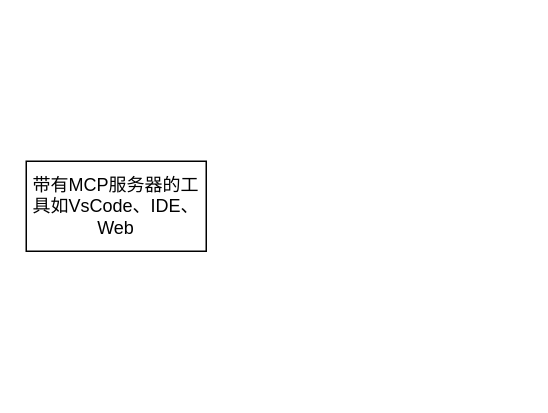
This is 未命名绘图.drawio from fydgmy/jubilant-potato, a draw.io file, before an edit. Source tidied: cells renumbered, new cells numbered last; positions are measured from the earlier drawing's top-left corner, leaving out a move shared by most shapes. Both pictures are drawn from the tidied source at 150%, with x=0, y=0 at pixel (26, 160).
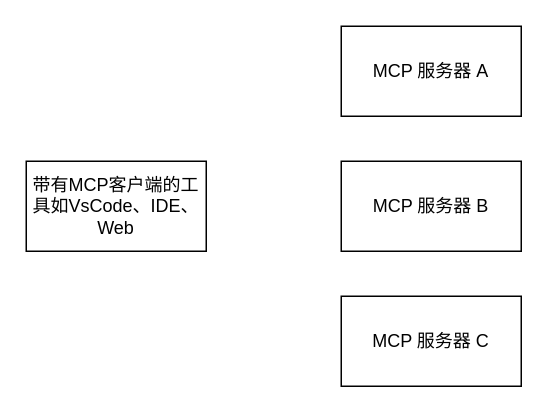
The same diagram, later.

Commit message (it also covers changes not shown here):
更新未命名绘图.drawio

What changed in the source:
```diff
@@
 <mxGraphModel>
   <root>
     <mxCell id="0" />
     <mxCell id="1" parent="0" />
-    <mxCell id="2" value="带有MCP服务器的工具如VsCode、IDE、Web" style="rounded=0;whiteSpace=wrap;html=1;" parent="1" vertex="1">
+    <mxCell id="2" value="带有MCP客户端的工具如VsCode、IDE、Web" style="rounded=0;whiteSpace=wrap;html=1;" parent="1" vertex="1">
       <mxGeometry width="120" height="60" as="geometry" />
     </mxCell>
+    <mxCell id="3" value="MCP 服务器 A" style="rounded=0;whiteSpace=wrap;html=1;" parent="1" vertex="1">
+      <mxGeometry x="210" y="-90" width="120" height="60" as="geometry" />
+    </mxCell>
+    <mxCell id="4" value="MCP 服务器 B" style="rounded=0;whiteSpace=wrap;html=1;" parent="1" vertex="1">
+      <mxGeometry x="210" width="120" height="60" as="geometry" />
+    </mxCell>
+    <mxCell id="5" value="MCP 服务器 C" style="rounded=0;whiteSpace=wrap;html=1;" parent="1" vertex="1">
+      <mxGeometry x="210" y="90" width="120" height="60" as="geometry" />
+    </mxCell>
   </root>
 </mxGraphModel>
```
